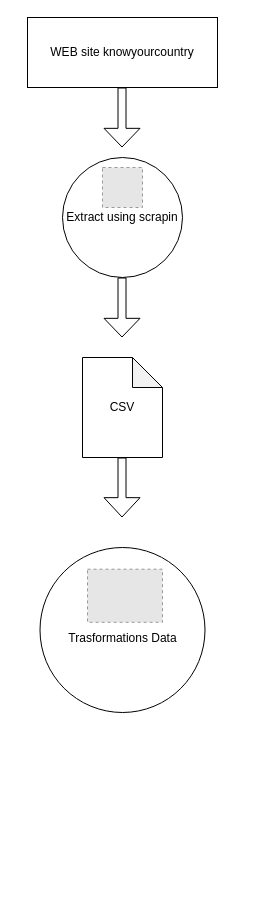
Before: Untitled Diagram.drawio in Nour-elislam/scraping, a draw.io diagram. Source tidied: cells renumbered, new cells numbered last; positions are measured from the earlier drawing's top-left corner, leaving out a move shared by most shapes. Both pictures are drawn from the tidied source at 100%, with x=0, y=0 at pixel (27, 17). Pictures stored in the file or linked from it are replaced by grey dashed boxes.
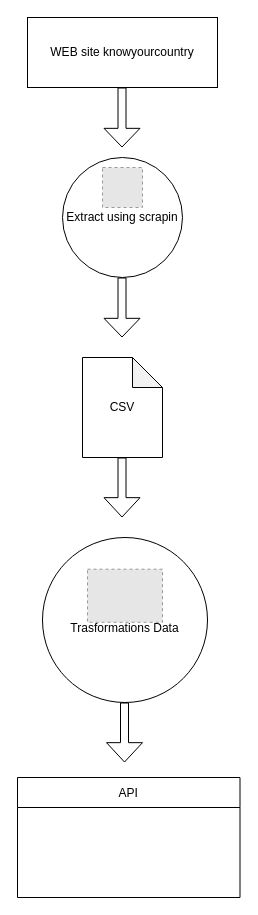
After the change.

Diff of the diagram source:
```diff
@@
 <mxGraphModel>
   <root>
     <mxCell id="0" />
     <mxCell id="1" parent="0" />
     <mxCell id="2" value="WEB site knowyourcountry" style="rounded=0;whiteSpace=wrap;html=1;" parent="1" vertex="1">
       <mxGeometry width="190" height="70" as="geometry" />
     </mxCell>
     <mxCell id="3" style="shape=flexArrow;endArrow=classic;html=1;rounded=0;endWidth=27;endSize=5.89;width=8;" parent="1" edge="1">
       <mxGeometry relative="1" as="geometry">
         <mxPoint x="94.5" y="70" as="sourcePoint" />
         <mxPoint x="94.5" y="130" as="targetPoint" />
       </mxGeometry>
     </mxCell>
     <mxCell id="4" value="Extract using scrapin" style="ellipse;whiteSpace=wrap;html=1;" parent="1" vertex="1">
       <mxGeometry x="35" y="140" width="120" height="120" as="geometry" />
     </mxCell>
     <mxCell id="5" style="fillColor=#E6E6E6;strokeColor=#999999;dashed=1;verticalLabelPosition=bottom;labelBackgroundColor=#ffffff;verticalAlign=top;" parent="1" vertex="1">
       <mxGeometry x="75" y="150" width="40" height="40" as="geometry" />
     </mxCell>
     <mxCell id="6" style="shape=flexArrow;endArrow=classic;html=1;rounded=0;endWidth=27;endSize=5.89;width=8;" parent="1" edge="1">
       <mxGeometry relative="1" as="geometry">
         <mxPoint x="94.5" y="260" as="sourcePoint" />
         <mxPoint x="94.5" y="320" as="targetPoint" />
       </mxGeometry>
     </mxCell>
     <mxCell id="7" value="CSV" style="shape=note;whiteSpace=wrap;html=1;backgroundOutline=1;darkOpacity=0.05;" parent="1" vertex="1">
       <mxGeometry x="55" y="340" width="80" height="100" as="geometry" />
     </mxCell>
     <mxCell id="8" value="&lt;br&gt;Trasformations Data" style="ellipse;whiteSpace=wrap;html=1;" parent="1" vertex="1">
-      <mxGeometry x="12.5" y="530" width="165" height="165" as="geometry" />
+      <mxGeometry x="15" y="520" width="165" height="165" as="geometry" />
     </mxCell>
     <mxCell id="9" style="fillColor=#E6E6E6;strokeColor=#999999;dashed=1;verticalLabelPosition=bottom;labelBackgroundColor=#ffffff;verticalAlign=top;" parent="1" vertex="1">
       <mxGeometry x="60" y="551.7" width="75" height="53.1" as="geometry" />
     </mxCell>
     <mxCell id="10" style="shape=flexArrow;endArrow=classic;html=1;rounded=0;endWidth=27;endSize=6.11;width=8;" parent="1" edge="1">
       <mxGeometry relative="1" as="geometry">
         <mxPoint x="94.5" y="440" as="sourcePoint" />
         <mxPoint x="94.5" y="500" as="targetPoint" />
       </mxGeometry>
     </mxCell>
+    <mxCell id="11" style="shape=flexArrow;endArrow=classic;html=1;rounded=0;endWidth=27;endSize=6.11;width=8;" parent="1" edge="1">
+      <mxGeometry relative="1" as="geometry">
+        <mxPoint x="97" y="685" as="sourcePoint" />
+        <mxPoint x="97" y="745" as="targetPoint" />
+      </mxGeometry>
+    </mxCell>
+    <mxCell id="12" value="API" style="swimlane;fontStyle=0;horizontal=1;startSize=30;" parent="1" vertex="1">
+      <mxGeometry x="-10" y="760" width="222.5" height="120" as="geometry" />
+    </mxCell>
   </root>
 </mxGraphModel>
```
